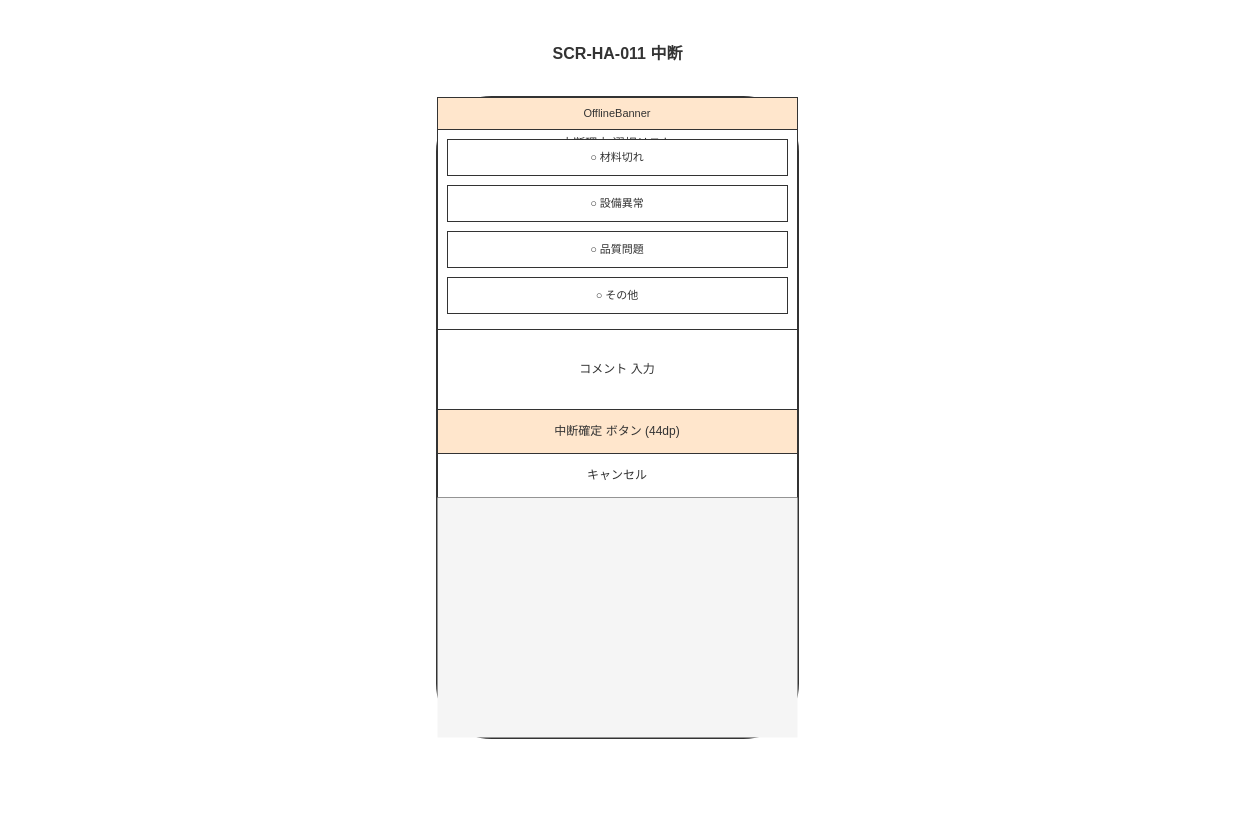
This is docs/04_概要設計/03_画面設計/img/fig_des_screen_ha_011.drawio from RyuheiKiso/work-navigation-app, a draw.io file, before an edit. Source tidied: cells renumbered, new cells numbered last; positions are measured from the earlier drawing's top-left corner, leaving out a move shared by most shapes. Both pictures are drawn from the tidied source at 100%, with x=0, y=0 at pixel (17, 17).
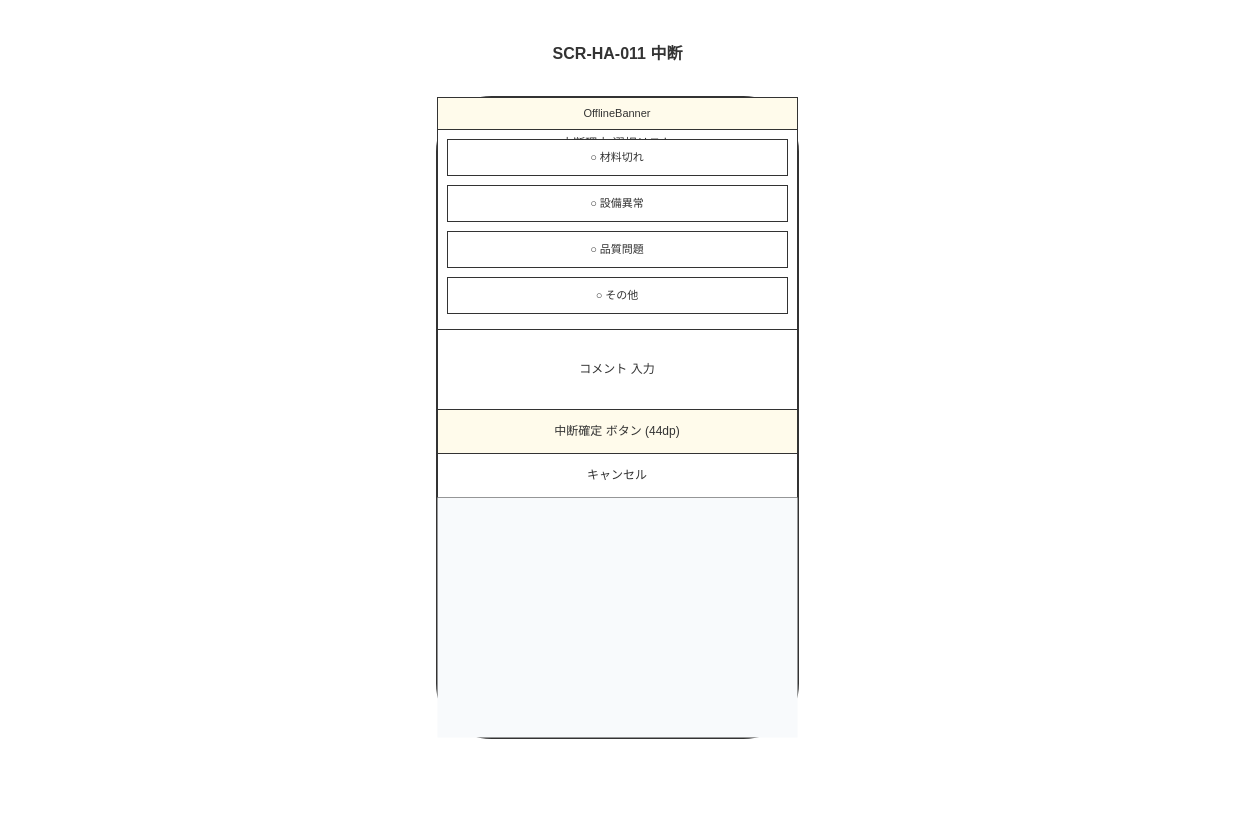
Above is the later version.

Change to the diagram source:
```diff
@@
 <mxGraphModel background="#FFFFFF">
   <root>
     <mxCell id="0" />
     <mxCell id="1" parent="0" />
     <mxCell id="2" style="rounded=0;whiteSpace=wrap;html=1;fillColor=#FFFFFF;strokeColor=none;" parent="1" vertex="1">
       <mxGeometry width="1200" height="800" as="geometry" />
     </mxCell>
     <mxCell id="3" value="SCR-HA-011 中断" style="text;html=1;fontFamily=Helvetica;fontSize=16;fontStyle=1;align=center;verticalAlign=middle;fillColor=none;strokeColor=none;fontColor=#333333;" parent="1" vertex="1">
       <mxGeometry x="420" y="20" width="360" height="32" as="geometry" />
     </mxCell>
-    <mxCell id="4" style="rounded=1;whiteSpace=wrap;html=1;fillColor=#f5f5f5;strokeColor=#333333;strokeWidth=3;" parent="1" vertex="1">
+    <mxCell id="4" style="rounded=1;whiteSpace=wrap;html=1;fillColor=#F8FAFC;strokeColor=#333333;strokeWidth=3;" parent="1" vertex="1">
       <mxGeometry x="420" y="80" width="360" height="640" as="geometry" />
     </mxCell>
-    <mxCell id="5" value="OfflineBanner" style="rounded=0;whiteSpace=wrap;html=1;fillColor=#ffe6cc;strokeColor=#333333;fontSize=11;fontColor=#333333;" parent="1" vertex="1">
+    <mxCell id="5" value="OfflineBanner" style="rounded=0;whiteSpace=wrap;html=1;fillColor=#FFFBEB;strokeColor=#333333;fontSize=11;fontColor=#333333;" parent="1" vertex="1">
       <mxGeometry x="420" y="80" width="360" height="32" as="geometry" />
     </mxCell>
     <mxCell id="6" value="中断理由 選択リスト" style="rounded=0;whiteSpace=wrap;html=1;fillColor=#FFFFFF;strokeColor=#333333;fontSize=12;fontColor=#333333;verticalAlign=top;" parent="1" vertex="1">
       <mxGeometry x="420" y="112" width="360" height="200" as="geometry" />
     </mxCell>
     <mxCell id="7" value="○ 材料切れ" style="rounded=0;whiteSpace=wrap;html=1;fillColor=#FFFFFF;strokeColor=#333333;fontSize=11;fontColor=#333333;" parent="1" vertex="1">
       <mxGeometry x="430" y="122" width="340" height="36" as="geometry" />
     </mxCell>
     <mxCell id="8" value="○ 設備異常" style="rounded=0;whiteSpace=wrap;html=1;fillColor=#FFFFFF;strokeColor=#333333;fontSize=11;fontColor=#333333;" parent="1" vertex="1">
       <mxGeometry x="430" y="168" width="340" height="36" as="geometry" />
     </mxCell>
     <mxCell id="9" value="○ 品質問題" style="rounded=0;whiteSpace=wrap;html=1;fillColor=#FFFFFF;strokeColor=#333333;fontSize=11;fontColor=#333333;" parent="1" vertex="1">
       <mxGeometry x="430" y="214" width="340" height="36" as="geometry" />
     </mxCell>
     <mxCell id="10" value="○ その他" style="rounded=0;whiteSpace=wrap;html=1;fillColor=#FFFFFF;strokeColor=#333333;fontSize=11;fontColor=#333333;" parent="1" vertex="1">
       <mxGeometry x="430" y="260" width="340" height="36" as="geometry" />
     </mxCell>
     <mxCell id="11" value="コメント 入力" style="rounded=0;whiteSpace=wrap;html=1;fillColor=#FFFFFF;strokeColor=#333333;fontSize=12;fontColor=#333333;" parent="1" vertex="1">
       <mxGeometry x="420" y="312" width="360" height="80" as="geometry" />
     </mxCell>
-    <mxCell id="12" value="中断確定 ボタン (44dp)" style="rounded=0;whiteSpace=wrap;html=1;fillColor=#ffe6cc;strokeColor=#333333;fontSize=12;fontColor=#333333;" parent="1" vertex="1">
+    <mxCell id="12" value="中断確定 ボタン (44dp)" style="rounded=0;whiteSpace=wrap;html=1;fillColor=#FFFBEB;strokeColor=#333333;fontSize=12;fontColor=#333333;" parent="1" vertex="1">
       <mxGeometry x="420" y="392" width="360" height="44" as="geometry" />
     </mxCell>
     <mxCell id="13" value="キャンセル" style="rounded=0;whiteSpace=wrap;html=1;fillColor=#FFFFFF;strokeColor=#333333;fontSize=12;fontColor=#333333;" parent="1" vertex="1">
       <mxGeometry x="420" y="436" width="360" height="44" as="geometry" />
     </mxCell>
-    <mxCell id="14" style="rounded=0;whiteSpace=wrap;html=1;fillColor=#f5f5f5;strokeColor=none;" parent="1" vertex="1">
+    <mxCell id="14" style="rounded=0;whiteSpace=wrap;html=1;fillColor=#F8FAFC;strokeColor=none;" parent="1" vertex="1">
       <mxGeometry x="420" y="480" width="360" height="240" as="geometry" />
     </mxCell>
   </root>
 </mxGraphModel>
```
